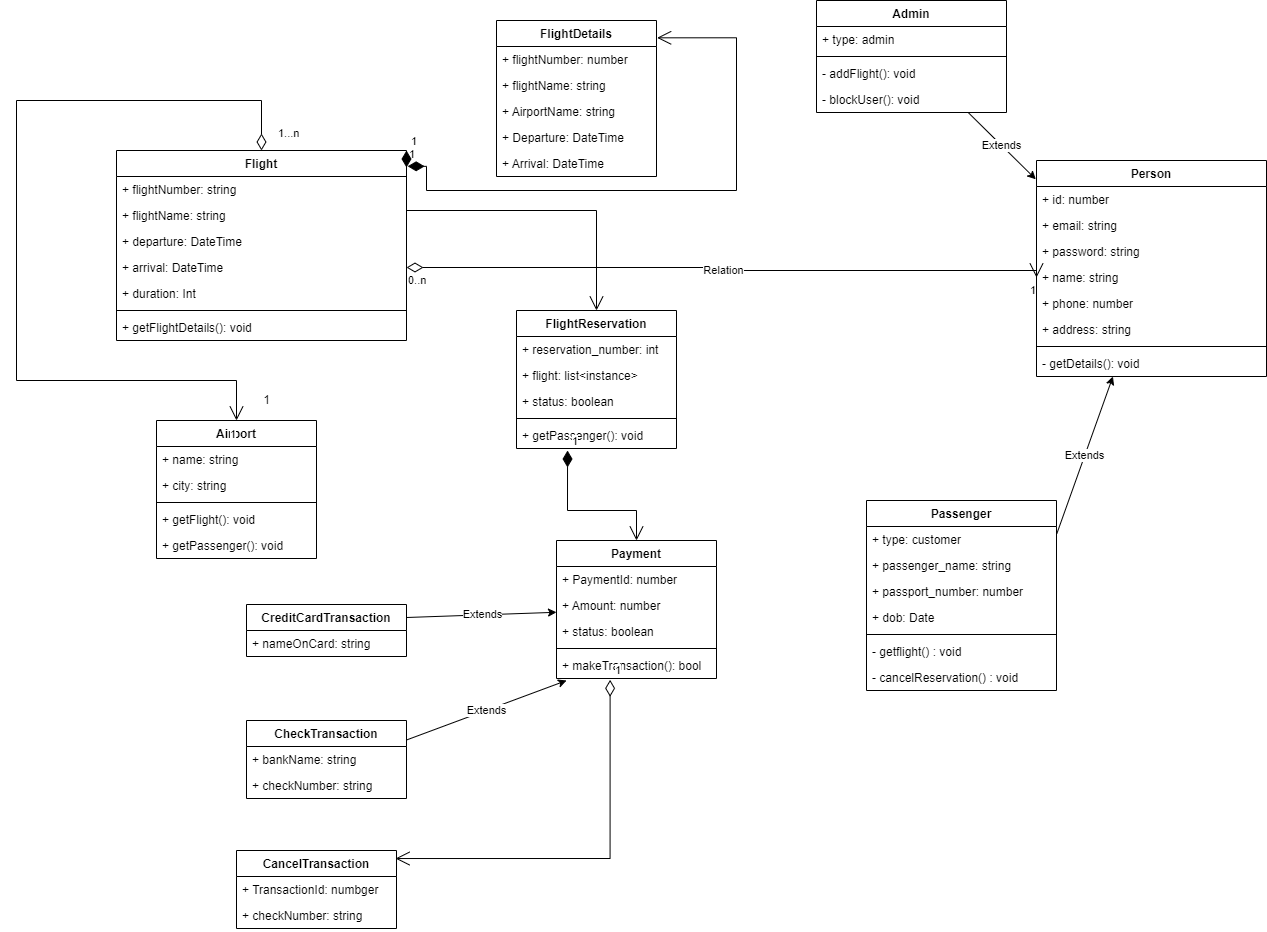
Ayu-Github07/Assignments keeps this draw.io diagram as Java Core 11/AirlineReservationSystem.drawio.drawio.png. Above is the earlier version. Source tidied: cells renumbered, new cells last; positions are measured from the earlier drawing's top-left corner, leaving out a move shared by most shapes.
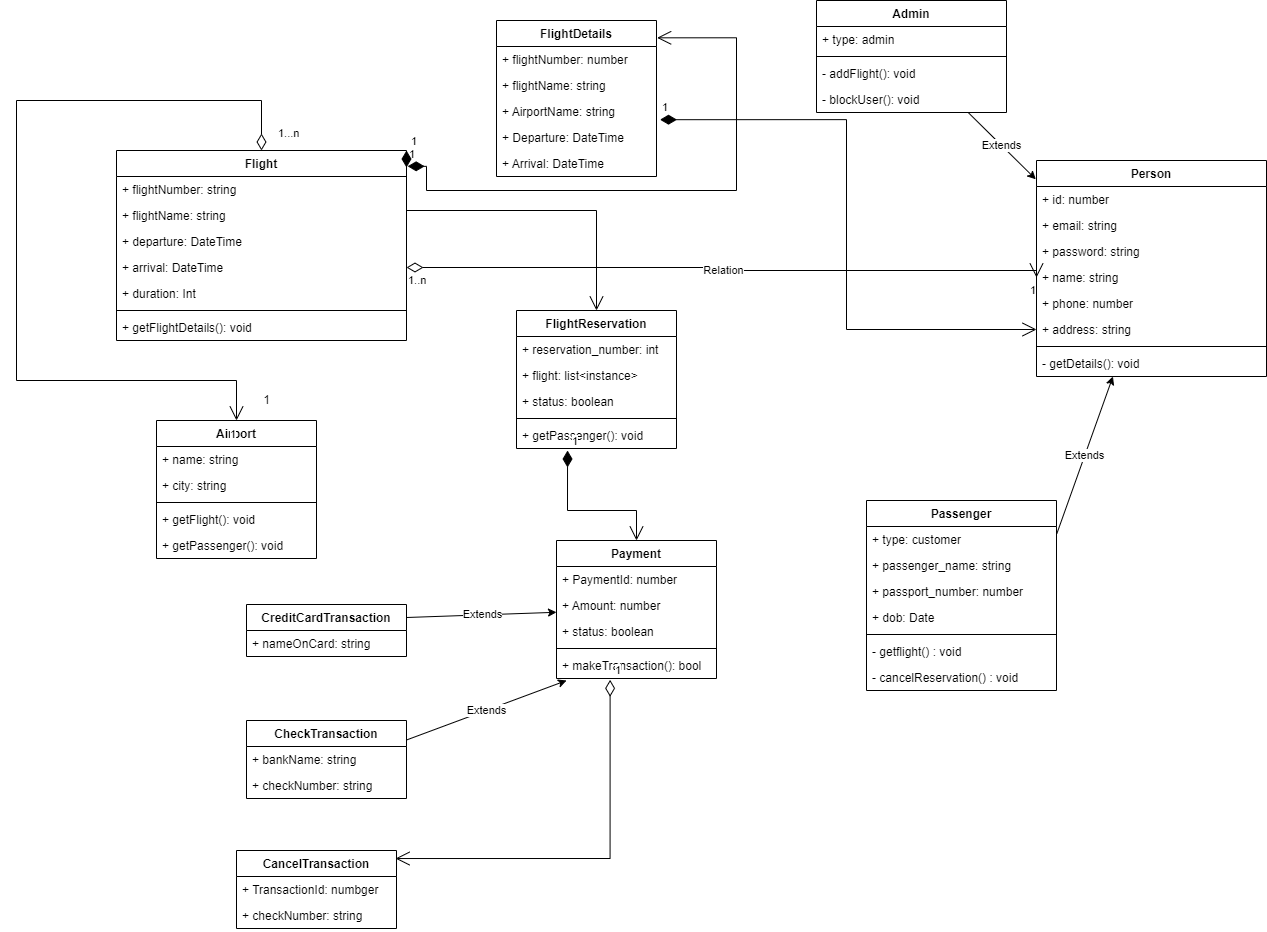
After the commit.

What changed in the source:
```diff
@@ -262,11 +262,14 @@
         </Array>
       </mxGeometry>
     </mxCell>
-    <mxCell id="77" value="0..n" style="edgeLabel;html=1;align=left;verticalAlign=top;" parent="76" vertex="1">
+    <mxCell id="77" value="1..n" style="edgeLabel;html=1;align=left;verticalAlign=top;" parent="76" vertex="1">
       <mxGeometry x="-1" relative="1" as="geometry" />
     </mxCell>
     <mxCell id="78" value="1" style="edgeLabel;html=1;align=right;verticalAlign=top;" parent="76" vertex="1">
       <mxGeometry x="1" relative="1" as="geometry" />
     </mxCell>
+    <mxCell id="79" value="1" style="endArrow=open;html=1;endSize=12;startArrow=diamondThin;startSize=14;startFill=1;edgeStyle=orthogonalEdgeStyle;align=left;verticalAlign=bottom;rounded=0;entryX=0;entryY=0.5;entryDx=0;entryDy=0;exitX=1.022;exitY=-0.185;exitDx=0;exitDy=0;exitPerimeter=0;" parent="1" edge="1" source="68" target="8">
+      <mxGeometry x="-1" y="3" relative="1" as="geometry" />
+    </mxCell>
   </root>
 </mxGraphModel>
```
